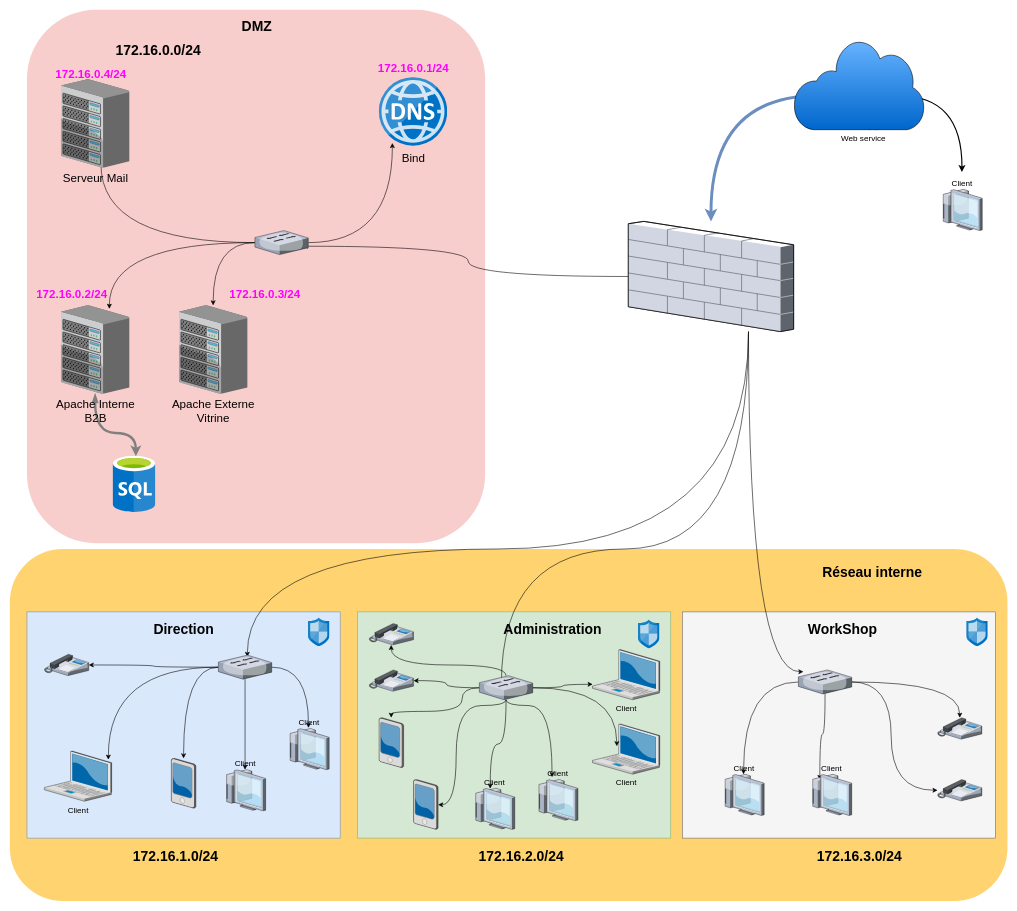
Above: documents/SchémaLogique.drawio in Frodon001/2tl2AdminGr9 (draw.io), before the change. Source tidied: cells renumbered, new cells numbered last; positions are measured from the earlier drawing's top-left corner, leaving out a move shared by most shapes. Both pictures are drawn from the tidied source at 58%, with x=0, y=0 at pixel (9, 9).
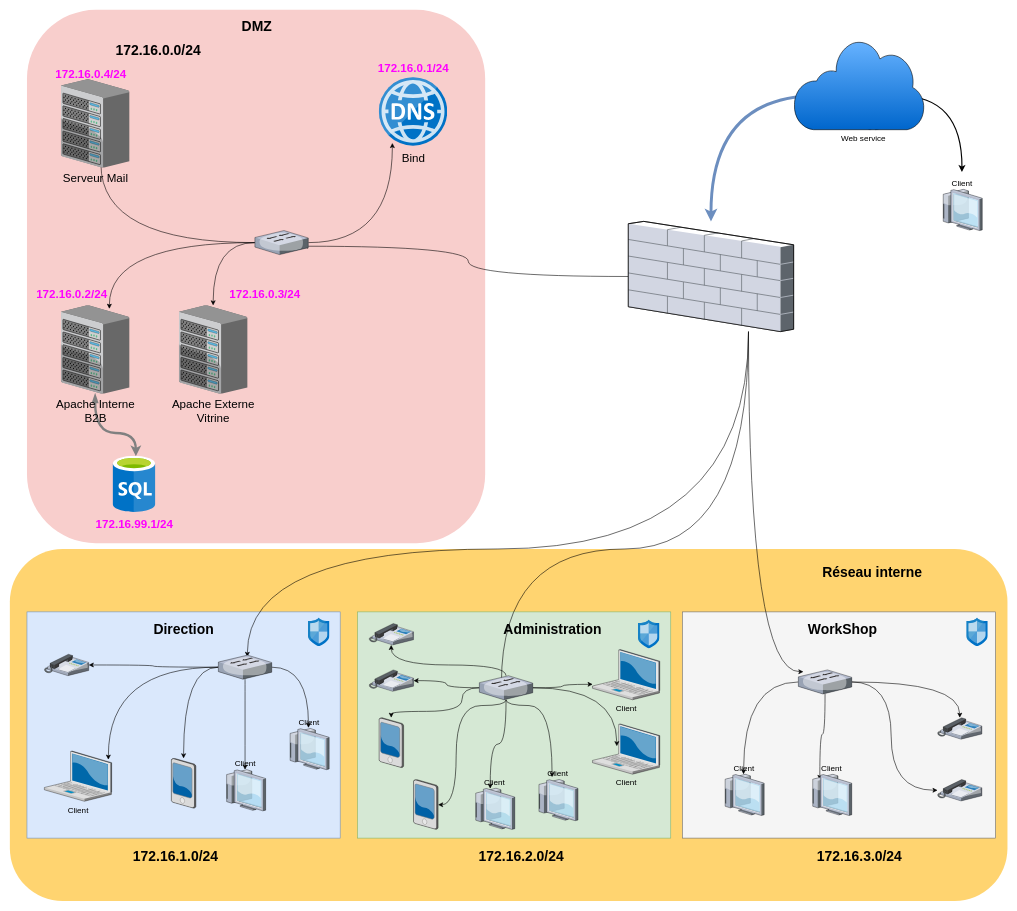
The same page after the edit.

The edit, as a diff of the source:
```diff
@@
+    <mxCell id="82" value="172.16.99.1/24" style="text;strokeColor=none;fillColor=none;html=1;fontSize=20;fontStyle=1;verticalAlign=middle;align=center;fontColor=#FF00FF;" parent="1" vertex="1">
+      <mxGeometry x="115" y="866.6" width="200" height="40" as="geometry" />
+    </mxCell>
```
